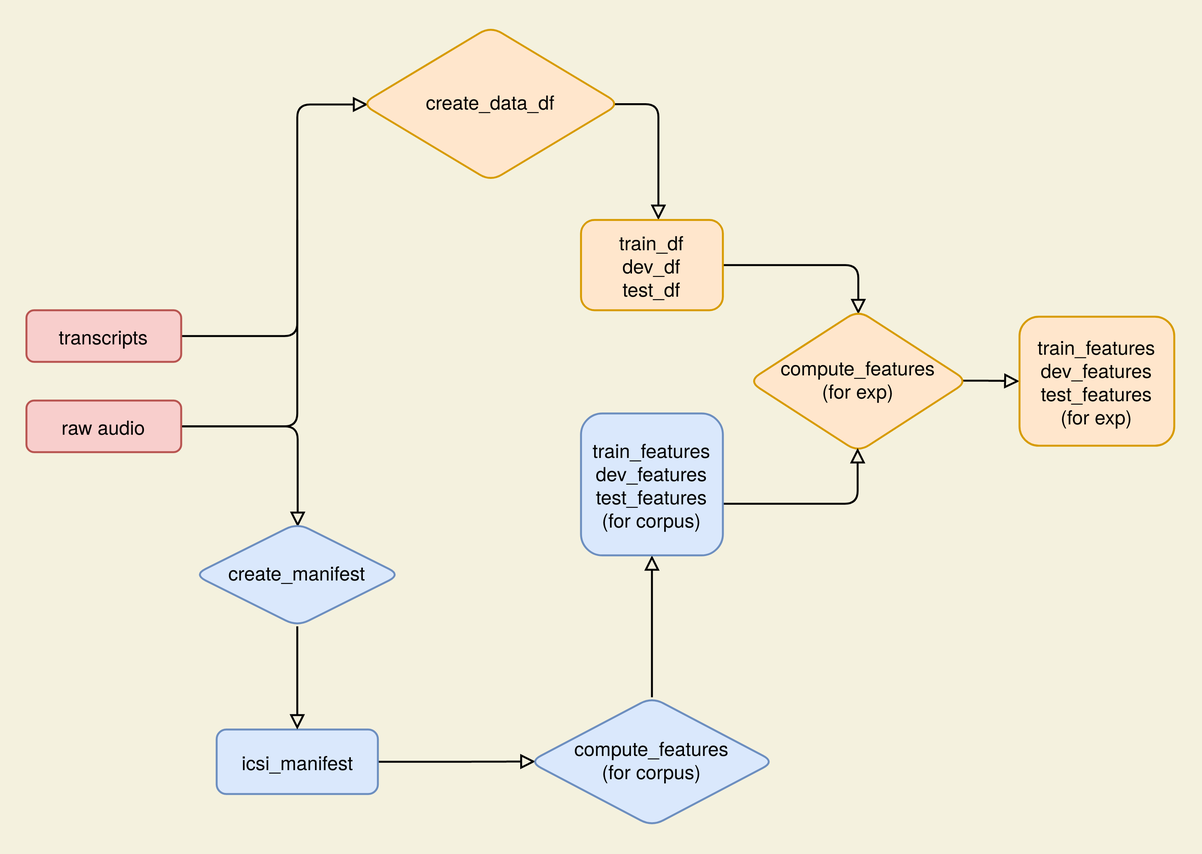
Above: Thesis/imgs/diagrams/Pipeline.drawio.png in LasseWolter/honours-project-21-22 (draw.io), before the change. Source tidied: cells renumbered, new cells last; positions are measured from the earlier drawing's top-left corner, leaving out a move shared by most shapes.
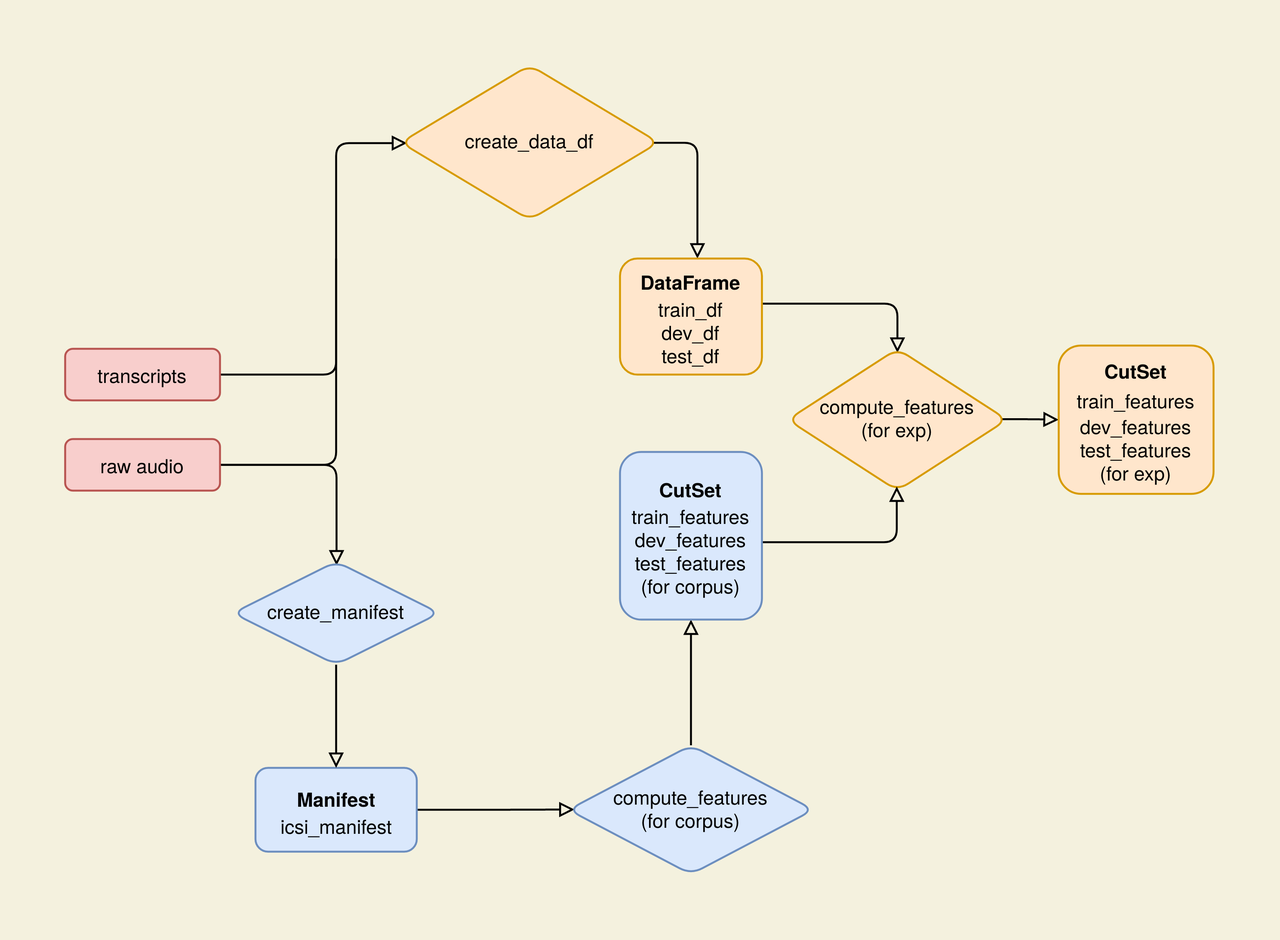
The same diagram one commit later.

Commit message:
docs(thesis): improved data pipeline description + minor corrections

What changed in the source:
```diff
@@ -33,8 +33,8 @@
         </Array>
       </mxGeometry>
     </mxCell>
-    <mxCell id="8" value="&lt;div style=&quot;font-size: 15px;&quot;&gt;train_df&lt;/div&gt;&lt;div style=&quot;font-size: 15px;&quot;&gt;dev_df&lt;/div&gt;&lt;div style=&quot;font-size: 15px;&quot;&gt;test_df&lt;/div&gt;" style="whiteSpace=wrap;html=1;fontSize=15;glass=0;strokeWidth=1.5;shadow=0;rounded=1;fillColor=#ffe6cc;strokeColor=#d79b00;" parent="1" vertex="1">
-      <mxGeometry x="430" y="150" width="110" height="70" as="geometry" />
+    <mxCell id="8" value="&lt;div style=&quot;font-size: 15px ; line-height: 1.5&quot;&gt;&lt;b&gt;DataFrame&lt;/b&gt;&lt;br&gt;&lt;/div&gt;&lt;div style=&quot;font-size: 15px&quot;&gt;train_df&lt;/div&gt;&lt;div style=&quot;font-size: 15px&quot;&gt;dev_df&lt;/div&gt;&lt;div style=&quot;font-size: 15px&quot;&gt;test_df&lt;/div&gt;" style="whiteSpace=wrap;html=1;fontSize=15;glass=0;strokeWidth=1.5;shadow=0;rounded=1;fillColor=#ffe6cc;strokeColor=#d79b00;" parent="1" vertex="1">
+      <mxGeometry x="430" y="150" width="110" height="90" as="geometry" />
     </mxCell>
     <mxCell id="9" style="edgeStyle=orthogonalEdgeStyle;jettySize=auto;html=1;exitX=1;exitY=0.5;exitDx=0;exitDy=0;startArrow=none;startFill=0;endArrow=none;endFill=0;labelBackgroundColor=#F4F1DE;strokeColor=#000000;fontColor=#000000;labelBorderColor=#000000;fontSize=15;strokeWidth=1.5;" parent="1" edge="1" source="10">
       <mxGeometry relative="1" as="geometry">
@@ -53,8 +53,8 @@
     <mxCell id="13" style="edgeStyle=orthogonalEdgeStyle;jettySize=auto;html=1;startArrow=none;startFill=0;endArrow=block;endFill=0;entryX=0.025;entryY=0.498;entryDx=0;entryDy=0;endSize=8;entryPerimeter=0;labelBackgroundColor=#F4F1DE;strokeColor=#000000;fontColor=#000000;labelBorderColor=#000000;fontSize=15;strokeWidth=1.5;" parent="1" edge="1" source="14" target="18">
       <mxGeometry relative="1" as="geometry" />
     </mxCell>
-    <mxCell id="14" value="icsi_manifest" style="whiteSpace=wrap;html=1;fontSize=15;glass=0;strokeWidth=1.5;shadow=0;rounded=1;fillColor=#dae8fc;strokeColor=#6c8ebf;" parent="1" vertex="1">
-      <mxGeometry x="147.5" y="545" width="125" height="50" as="geometry" />
+    <mxCell id="14" value="&lt;div style=&quot;line-height: 1.5&quot;&gt;&lt;b&gt;Manifest&lt;/b&gt;&lt;/div&gt;&lt;div&gt;icsi_manifest&lt;/div&gt;" style="whiteSpace=wrap;html=1;fontSize=15;glass=0;strokeWidth=1.5;shadow=0;rounded=1;fillColor=#dae8fc;strokeColor=#6c8ebf;" parent="1" vertex="1">
+      <mxGeometry x="147.5" y="545" width="125" height="65" as="geometry" />
     </mxCell>
     <mxCell id="15" style="edgeStyle=orthogonalEdgeStyle;jettySize=auto;html=1;startArrow=none;startFill=0;endArrow=block;endFill=0;endSize=8;labelBackgroundColor=#F4F1DE;strokeColor=#000000;fontColor=#000000;labelBorderColor=#000000;fontSize=15;strokeWidth=1.5;" parent="1" edge="1" source="16" target="14">
       <mxGeometry relative="1" as="geometry" />
@@ -66,7 +66,7 @@
       <mxGeometry relative="1" as="geometry" />
     </mxCell>
     <mxCell id="18" value="&lt;div style=&quot;font-size: 15px;&quot;&gt;compute_features&lt;/div&gt;&lt;div style=&quot;font-size: 15px;&quot;&gt;(for corpus)&lt;br style=&quot;font-size: 15px;&quot;&gt;&lt;/div&gt;" style="rhombus;whiteSpace=wrap;html=1;shadow=0;fontFamily=Helvetica;fontSize=15;align=center;strokeWidth=1.5;spacing=6;spacingTop=-4;rounded=1;fillColor=#dae8fc;strokeColor=#6c8ebf;" parent="1" vertex="1">
-      <mxGeometry x="390" y="520" width="190" height="100" as="geometry" />
+      <mxGeometry x="390" y="527.5" width="190" height="100" as="geometry" />
     </mxCell>
     <mxCell id="19" style="edgeStyle=orthogonalEdgeStyle;jettySize=auto;html=1;entryX=0.497;entryY=0.971;entryDx=0;entryDy=0;startArrow=none;startFill=0;endArrow=block;endFill=0;endSize=8;entryPerimeter=0;labelBackgroundColor=#F4F1DE;strokeColor=#000000;fontColor=#000000;labelBorderColor=#000000;fontSize=15;strokeWidth=1.5;" parent="1" edge="1" source="20" target="12">
       <mxGeometry relative="1" as="geometry">
@@ -76,11 +76,11 @@
         </Array>
       </mxGeometry>
     </mxCell>
-    <mxCell id="20" value="&lt;div style=&quot;font-size: 15px;&quot;&gt;train_features&lt;/div&gt;&lt;div style=&quot;font-size: 15px;&quot;&gt;dev_features&lt;/div&gt;&lt;div style=&quot;font-size: 15px;&quot;&gt;test_features&lt;/div&gt;&lt;div style=&quot;font-size: 15px;&quot;&gt;(for corpus)&lt;br style=&quot;font-size: 15px;&quot;&gt;&lt;/div&gt;" style="whiteSpace=wrap;html=1;fontSize=15;glass=0;strokeWidth=1.5;shadow=0;rounded=1;fillColor=#dae8fc;strokeColor=#6c8ebf;" parent="1" vertex="1">
-      <mxGeometry x="430" y="300" width="110" height="110" as="geometry" />
+    <mxCell id="20" value="&lt;div style=&quot;font-size: 15px&quot;&gt;&lt;b style=&quot;line-height: 1.5&quot;&gt;CutSet&lt;/b&gt;&lt;br&gt;&lt;/div&gt;&lt;div style=&quot;font-size: 15px&quot;&gt;train_features&lt;/div&gt;&lt;div style=&quot;font-size: 15px&quot;&gt;dev_features&lt;/div&gt;&lt;div style=&quot;font-size: 15px&quot;&gt;test_features&lt;/div&gt;&lt;div style=&quot;font-size: 15px&quot;&gt;(for corpus)&lt;br style=&quot;font-size: 15px&quot;&gt;&lt;/div&gt;" style="whiteSpace=wrap;html=1;fontSize=15;glass=0;strokeWidth=1.5;shadow=0;rounded=1;fillColor=#dae8fc;strokeColor=#6c8ebf;" parent="1" vertex="1">
+      <mxGeometry x="430" y="300" width="110" height="130" as="geometry" />
     </mxCell>
-    <mxCell id="21" value="&lt;div style=&quot;font-size: 15px;&quot;&gt;train_features&lt;/div&gt;&lt;div style=&quot;font-size: 15px;&quot;&gt;dev_features&lt;/div&gt;&lt;div style=&quot;font-size: 15px;&quot;&gt;test_features&lt;/div&gt;&lt;div style=&quot;font-size: 15px;&quot;&gt;(for exp)&lt;br style=&quot;font-size: 15px;&quot;&gt;&lt;/div&gt;" style="whiteSpace=wrap;html=1;fontSize=15;glass=0;strokeWidth=1.5;shadow=0;rounded=1;fillColor=#ffe6cc;strokeColor=#d79b00;labelBorderColor=none;" parent="1" vertex="1">
-      <mxGeometry x="770" y="225" width="120" height="100" as="geometry" />
+    <mxCell id="21" value="&lt;div style=&quot;font-size: 15px ; line-height: 1.5&quot;&gt;&lt;b&gt;CutSet&lt;/b&gt;&lt;br&gt;train_features&lt;/div&gt;&lt;div style=&quot;font-size: 15px&quot;&gt;dev_features&lt;/div&gt;&lt;div style=&quot;font-size: 15px&quot;&gt;test_features&lt;/div&gt;&lt;div style=&quot;font-size: 15px&quot;&gt;(for exp)&lt;br style=&quot;font-size: 15px&quot;&gt;&lt;/div&gt;" style="whiteSpace=wrap;html=1;fontSize=15;glass=0;strokeWidth=1.5;shadow=0;rounded=1;fillColor=#ffe6cc;strokeColor=#d79b00;labelBorderColor=none;" parent="1" vertex="1">
+      <mxGeometry x="770" y="217.5" width="120" height="115" as="geometry" />
     </mxCell>
   </root>
 </mxGraphModel>
```
